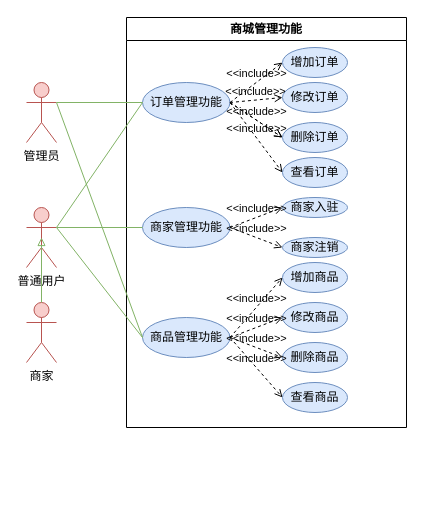
The draw.io diagram 海洋生物百科/用例图/商城管理功能.drawio in Running-Turtle1/Graph, before the edit. Source tidied: cells renumbered, new cells numbered last; positions are measured from the earlier drawing's top-left corner, leaving out a move shared by most shapes. Both pictures are drawn from the tidied source at 100%, with x=0, y=0 at pixel (26, 17).
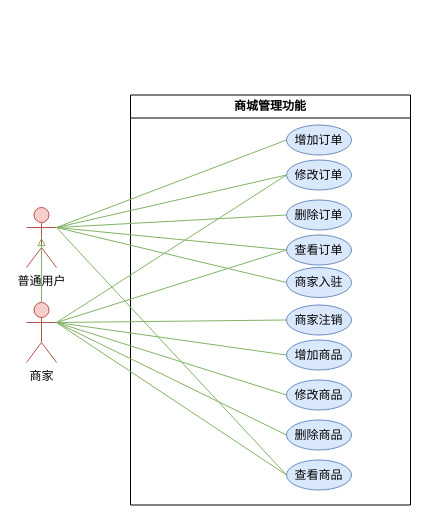
The same page after the edit.

Commit message:
更新商城管理功能.drawio

The change refers to these unchanged cells:
```xml
<mxCell id="5" value="增加订单" style="ellipse;whiteSpace=wrap;html=1;fillColor=#dae8fc;strokeColor=#6c8ebf;" parent="2" vertex="1">
  <mxGeometry x="156" y="30" width="65" height="30" as="geometry" />
</mxCell>
<mxCell id="6" value="修改订单" style="ellipse;whiteSpace=wrap;html=1;fillColor=#dae8fc;strokeColor=#6c8ebf;" parent="2" vertex="1">
  <mxGeometry x="156" y="65" width="65" height="30" as="geometry" />
</mxCell>
<mxCell id="10" value="查看订单" style="ellipse;whiteSpace=wrap;html=1;fillColor=#dae8fc;strokeColor=#6c8ebf;" parent="2" vertex="1">
  <mxGeometry x="156" y="140" width="65" height="30" as="geometry" />
</mxCell>
<mxCell id="13" value="增加商品" style="ellipse;whiteSpace=wrap;html=1;fillColor=#dae8fc;strokeColor=#6c8ebf;" parent="2" vertex="1">
  <mxGeometry x="156" y="245" width="65" height="30" as="geometry" />
</mxCell>
<mxCell id="14" value="修改商品" style="ellipse;whiteSpace=wrap;html=1;fillColor=#dae8fc;strokeColor=#6c8ebf;" parent="2" vertex="1">
  <mxGeometry x="156" y="285" width="65" height="30" as="geometry" />
</mxCell>
<mxCell id="15" value="删除商品" style="ellipse;whiteSpace=wrap;html=1;fillColor=#dae8fc;strokeColor=#6c8ebf;" parent="2" vertex="1">
  <mxGeometry x="156" y="325" width="65" height="30" as="geometry" />
</mxCell>
<mxCell id="16" value="查看商品" style="ellipse;whiteSpace=wrap;html=1;fillColor=#dae8fc;strokeColor=#6c8ebf;" parent="2" vertex="1">
  <mxGeometry x="156" y="365" width="65" height="30" as="geometry" />
</mxCell>
<mxCell id="22" value="删除订单" style="ellipse;whiteSpace=wrap;html=1;fillColor=#dae8fc;strokeColor=#6c8ebf;" parent="2" vertex="1">
  <mxGeometry x="156" y="105" width="65" height="30" as="geometry" />
</mxCell>
<mxCell id="27" value="普通用户" style="shape=umlActor;verticalLabelPosition=bottom;verticalAlign=top;html=1;fillColor=#f8cecc;strokeColor=#b85450;" parent="1" vertex="1">
  <mxGeometry y="190" width="30" height="60" as="geometry" />
</mxCell>
<mxCell id="28" value="商家" style="shape=umlActor;verticalLabelPosition=bottom;verticalAlign=top;html=1;fillColor=#f8cecc;strokeColor=#b85450;" parent="1" vertex="1">
  <mxGeometry y="285" width="30" height="60" as="geometry" />
</mxCell>
```

Diff of the diagram source:
```diff
@@
     <mxCell id="2" value="商城管理功能" style="swimlane;whiteSpace=wrap;html=1;" parent="1" vertex="1">
-      <mxGeometry x="100" width="280" height="410" as="geometry" />
+      <mxGeometry x="104" y="77.5" width="280" height="410" as="geometry" />
     </mxCell>
-    <mxCell id="3" value="订单管理功能" style="ellipse;whiteSpace=wrap;html=1;fillColor=#dae8fc;strokeColor=#6c8ebf;" parent="2" vertex="1">
-      <mxGeometry x="16" y="65" width="87.5" height="40" as="geometry" />
-    </mxCell>
-    <mxCell id="4" value="商家管理功能" style="ellipse;whiteSpace=wrap;html=1;fillColor=#dae8fc;strokeColor=#6c8ebf;" parent="2" vertex="1">
-      <mxGeometry x="16" y="190" width="87.5" height="40" as="geometry" />
-    </mxCell>
@@
-    <mxCell id="7" value="&amp;lt;&amp;lt;include&amp;gt;&amp;gt;" style="html=1;verticalAlign=bottom;labelBackgroundColor=none;endArrow=open;endFill=0;dashed=1;rounded=0;exitX=1;exitY=0.5;exitDx=0;exitDy=0;entryX=0;entryY=0.5;entryDx=0;entryDy=0;" parent="2" edge="1" source="3" target="5">
-      <mxGeometry relative="1" as="geometry" />
-    </mxCell>
-    <mxCell id="8" value="&amp;lt;&amp;lt;include&amp;gt;&amp;gt;" style="html=1;verticalAlign=bottom;labelBackgroundColor=none;endArrow=open;endFill=0;dashed=1;rounded=0;entryX=0;entryY=0.5;entryDx=0;entryDy=0;exitX=1;exitY=0.5;exitDx=0;exitDy=0;" parent="2" edge="1" source="3" target="6">
-      <mxGeometry relative="1" as="geometry" />
-    </mxCell>
-    <mxCell id="9" value="&amp;lt;&amp;lt;include&amp;gt;&amp;gt;" style="html=1;verticalAlign=bottom;labelBackgroundColor=none;endArrow=open;endFill=0;dashed=1;rounded=0;exitX=1;exitY=0.5;exitDx=0;exitDy=0;entryX=0;entryY=0.5;entryDx=0;entryDy=0;" parent="2" edge="1" source="3" target="22">
-      <mxGeometry relative="1" as="geometry" />
-    </mxCell>
@@
-    <mxCell id="11" value="&amp;lt;&amp;lt;include&amp;gt;&amp;gt;" style="html=1;verticalAlign=bottom;labelBackgroundColor=none;endArrow=open;endFill=0;dashed=1;rounded=0;exitX=1;exitY=0.5;exitDx=0;exitDy=0;entryX=0;entryY=0.5;entryDx=0;entryDy=0;" parent="2" edge="1" source="3" target="10">
-      <mxGeometry relative="1" as="geometry" />
-    </mxCell>
-    <mxCell id="12" value="商品管理功能" style="ellipse;whiteSpace=wrap;html=1;fillColor=#dae8fc;strokeColor=#6c8ebf;" parent="2" vertex="1">
-      <mxGeometry x="16" y="300" width="87.5" height="40" as="geometry" />
-    </mxCell>
@@
-    <mxCell id="17" value="&amp;lt;&amp;lt;include&amp;gt;&amp;gt;" style="html=1;verticalAlign=bottom;labelBackgroundColor=none;endArrow=open;endFill=0;dashed=1;rounded=0;exitX=1;exitY=0.5;exitDx=0;exitDy=0;entryX=0;entryY=0.5;entryDx=0;entryDy=0;" parent="2" edge="1" source="12" target="13">
-      <mxGeometry relative="1" as="geometry" />
-    </mxCell>
-    <mxCell id="18" value="&amp;lt;&amp;lt;include&amp;gt;&amp;gt;" style="html=1;verticalAlign=bottom;labelBackgroundColor=none;endArrow=open;endFill=0;dashed=1;rounded=0;entryX=0;entryY=0.5;entryDx=0;entryDy=0;exitX=1;exitY=0.5;exitDx=0;exitDy=0;" parent="2" edge="1" source="12" target="14">
-      <mxGeometry relative="1" as="geometry" />
-    </mxCell>
-    <mxCell id="19" value="&amp;lt;&amp;lt;include&amp;gt;&amp;gt;" style="html=1;verticalAlign=bottom;labelBackgroundColor=none;endArrow=open;endFill=0;dashed=1;rounded=0;entryX=0;entryY=0.5;entryDx=0;entryDy=0;exitX=1;exitY=0.5;exitDx=0;exitDy=0;" parent="2" edge="1" source="12" target="15">
-      <mxGeometry relative="1" as="geometry" />
-    </mxCell>
-    <mxCell id="20" value="&amp;lt;&amp;lt;include&amp;gt;&amp;gt;" style="html=1;verticalAlign=bottom;labelBackgroundColor=none;endArrow=open;endFill=0;dashed=1;rounded=0;entryX=0;entryY=0.5;entryDx=0;entryDy=0;exitX=1;exitY=0.5;exitDx=0;exitDy=0;" parent="2" edge="1" source="12" target="16">
-      <mxGeometry relative="1" as="geometry" />
-    </mxCell>
-    <mxCell id="21" style="html=1;verticalAlign=bottom;labelBackgroundColor=none;endArrow=open;endFill=0;dashed=1;rounded=0;exitX=1;exitY=0.5;exitDx=0;exitDy=0;entryX=0;entryY=0.5;entryDx=0;entryDy=0;" parent="2" edge="1" source="3" target="22">
-      <mxGeometry relative="1" as="geometry" />
-    </mxCell>
@@
     <mxCell id="23" value="商家入驻" style="ellipse;whiteSpace=wrap;html=1;fillColor=#dae8fc;strokeColor=#6c8ebf;" parent="2" vertex="1">
-      <mxGeometry x="156" y="180" width="65" height="20" as="geometry" />
+      <mxGeometry x="156" y="172.5" width="65" height="30" as="geometry" />
     </mxCell>
-    <mxCell id="24" value="&amp;lt;&amp;lt;include&amp;gt;&amp;gt;" style="html=1;verticalAlign=bottom;labelBackgroundColor=none;endArrow=open;endFill=0;dashed=1;rounded=0;exitX=1;exitY=0.5;exitDx=0;exitDy=0;entryX=0;entryY=0.5;entryDx=0;entryDy=0;" parent="2" edge="1" source="4" target="23">
-      <mxGeometry relative="1" as="geometry" />
-    </mxCell>
     <mxCell id="25" value="商家注销" style="ellipse;whiteSpace=wrap;html=1;fillColor=#dae8fc;strokeColor=#6c8ebf;" parent="2" vertex="1">
-      <mxGeometry x="156" y="220" width="65" height="20" as="geometry" />
+      <mxGeometry x="156" y="210" width="65" height="30" as="geometry" />
     </mxCell>
-    <mxCell id="26" value="&amp;lt;&amp;lt;include&amp;gt;&amp;gt;" style="html=1;verticalAlign=bottom;labelBackgroundColor=none;endArrow=open;endFill=0;dashed=1;rounded=0;exitX=1;exitY=0.5;exitDx=0;exitDy=0;entryX=0;entryY=0.5;entryDx=0;entryDy=0;" parent="2" edge="1" source="4" target="25">
-      <mxGeometry relative="1" as="geometry" />
-    </mxCell>
@@
-    <mxCell id="29" value="管理员" style="shape=umlActor;verticalLabelPosition=bottom;verticalAlign=top;html=1;fillColor=#f8cecc;strokeColor=#b85450;" parent="1" vertex="1">
-      <mxGeometry y="65" width="30" height="60" as="geometry" />
-    </mxCell>
@@
-    <mxCell id="31" style="endArrow=none;html=1;rounded=0;fillColor=#d5e8d4;strokeColor=#82b366;entryX=1;entryY=0.3333333333333333;entryDx=0;entryDy=0;entryPerimeter=0;exitX=0;exitY=0.5;exitDx=0;exitDy=0;" parent="1" edge="1" source="4" target="27">
-      <mxGeometry relative="1" as="geometry" />
-    </mxCell>
-    <mxCell id="32" style="endArrow=none;html=1;rounded=0;fillColor=#d5e8d4;strokeColor=#82b366;entryX=1;entryY=0.3333333333333333;entryDx=0;entryDy=0;entryPerimeter=0;exitX=0;exitY=0.5;exitDx=0;exitDy=0;" parent="1" edge="1" source="3" target="29">
-      <mxGeometry relative="1" as="geometry" />
-    </mxCell>
-    <mxCell id="33" style="endArrow=none;html=1;rounded=0;fillColor=#d5e8d4;strokeColor=#82b366;entryX=0;entryY=0.5;entryDx=0;entryDy=0;exitX=1;exitY=0.3333333333333333;exitDx=0;exitDy=0;exitPerimeter=0;" parent="1" edge="1" source="27" target="3">
-      <mxGeometry relative="1" as="geometry" />
-    </mxCell>
-    <mxCell id="34" style="endArrow=none;html=1;rounded=0;fillColor=#d5e8d4;strokeColor=#82b366;exitX=0;exitY=0.5;exitDx=0;exitDy=0;entryX=1;entryY=0.3333333333333333;entryDx=0;entryDy=0;entryPerimeter=0;" parent="1" edge="1" source="12" target="29">
-      <mxGeometry relative="1" as="geometry" />
-    </mxCell>
-    <mxCell id="35" style="endArrow=none;html=1;rounded=0;fillColor=#d5e8d4;strokeColor=#82b366;exitX=0;exitY=0.5;exitDx=0;exitDy=0;entryX=1;entryY=0.3333333333333333;entryDx=0;entryDy=0;entryPerimeter=0;" parent="1" edge="1" source="12" target="27">
-      <mxGeometry relative="1" as="geometry" />
-    </mxCell>
+    <mxCell id="36" style="endArrow=none;html=1;rounded=0;fillColor=#d5e8d4;strokeColor=#82b366;entryX=1;entryY=0.3333333333333333;entryDx=0;entryDy=0;entryPerimeter=0;exitX=0;exitY=0.5;exitDx=0;exitDy=0;" parent="1" edge="1" source="22" target="27">
+      <mxGeometry relative="1" as="geometry" />
+    </mxCell>
+    <mxCell id="37" style="endArrow=none;html=1;rounded=0;fillColor=#d5e8d4;strokeColor=#82b366;entryX=1;entryY=0.3333333333333333;entryDx=0;entryDy=0;entryPerimeter=0;exitX=0;exitY=0.5;exitDx=0;exitDy=0;" parent="1" edge="1" source="10" target="27">
+      <mxGeometry relative="1" as="geometry" />
+    </mxCell>
+    <mxCell id="38" style="endArrow=none;html=1;rounded=0;fillColor=#d5e8d4;strokeColor=#82b366;entryX=1;entryY=0.3333333333333333;entryDx=0;entryDy=0;entryPerimeter=0;exitX=0;exitY=0.5;exitDx=0;exitDy=0;" parent="1" edge="1" source="23" target="27">
+      <mxGeometry relative="1" as="geometry" />
+    </mxCell>
+    <mxCell id="39" style="endArrow=none;html=1;rounded=0;fillColor=#d5e8d4;strokeColor=#82b366;entryX=1;entryY=0.3333333333333333;entryDx=0;entryDy=0;entryPerimeter=0;exitX=0;exitY=0.5;exitDx=0;exitDy=0;" parent="1" edge="1" source="25" target="28">
+      <mxGeometry relative="1" as="geometry" />
+    </mxCell>
+    <mxCell id="40" style="endArrow=none;html=1;rounded=0;fillColor=#d5e8d4;strokeColor=#82b366;entryX=1;entryY=0.3333333333333333;entryDx=0;entryDy=0;entryPerimeter=0;exitX=0;exitY=0.5;exitDx=0;exitDy=0;" parent="1" edge="1" source="10" target="28">
+      <mxGeometry relative="1" as="geometry" />
+    </mxCell>
+    <mxCell id="41" style="endArrow=none;html=1;rounded=0;fillColor=#d5e8d4;strokeColor=#82b366;entryX=1;entryY=0.3333333333333333;entryDx=0;entryDy=0;entryPerimeter=0;exitX=0;exitY=0.5;exitDx=0;exitDy=0;" parent="1" edge="1" source="5" target="27">
+      <mxGeometry relative="1" as="geometry" />
+    </mxCell>
+    <mxCell id="42" style="endArrow=none;html=1;rounded=0;fillColor=#d5e8d4;strokeColor=#82b366;entryX=1;entryY=0.3333333333333333;entryDx=0;entryDy=0;entryPerimeter=0;exitX=0;exitY=0.5;exitDx=0;exitDy=0;" parent="1" edge="1" source="6" target="27">
+      <mxGeometry relative="1" as="geometry" />
+    </mxCell>
+    <mxCell id="43" style="endArrow=none;html=1;rounded=0;fillColor=#d5e8d4;strokeColor=#82b366;entryX=1;entryY=0.3333333333333333;entryDx=0;entryDy=0;entryPerimeter=0;exitX=0;exitY=0.5;exitDx=0;exitDy=0;" parent="1" edge="1" source="13" target="28">
+      <mxGeometry relative="1" as="geometry" />
+    </mxCell>
+    <mxCell id="44" style="endArrow=none;html=1;rounded=0;fillColor=#d5e8d4;strokeColor=#82b366;entryX=1;entryY=0.3333333333333333;entryDx=0;entryDy=0;entryPerimeter=0;exitX=0;exitY=0.5;exitDx=0;exitDy=0;" parent="1" edge="1" source="14" target="28">
+      <mxGeometry relative="1" as="geometry" />
+    </mxCell>
+    <mxCell id="45" style="endArrow=none;html=1;rounded=0;fillColor=#d5e8d4;strokeColor=#82b366;entryX=1;entryY=0.3333333333333333;entryDx=0;entryDy=0;entryPerimeter=0;exitX=0;exitY=0.5;exitDx=0;exitDy=0;" parent="1" edge="1" source="15" target="28">
+      <mxGeometry relative="1" as="geometry" />
+    </mxCell>
+    <mxCell id="46" style="endArrow=none;html=1;rounded=0;fillColor=#d5e8d4;strokeColor=#82b366;entryX=1;entryY=0.3333333333333333;entryDx=0;entryDy=0;entryPerimeter=0;exitX=0;exitY=0.5;exitDx=0;exitDy=0;" parent="1" edge="1" source="6" target="28">
+      <mxGeometry relative="1" as="geometry" />
+    </mxCell>
+    <mxCell id="47" style="endArrow=none;html=1;rounded=0;fillColor=#d5e8d4;strokeColor=#82b366;entryX=1;entryY=0.3333333333333333;entryDx=0;entryDy=0;entryPerimeter=0;exitX=0;exitY=0.5;exitDx=0;exitDy=0;" parent="1" edge="1" source="16" target="28">
+      <mxGeometry relative="1" as="geometry" />
+    </mxCell>
+    <mxCell id="48" style="endArrow=none;html=1;rounded=0;fillColor=#d5e8d4;strokeColor=#82b366;entryX=1;entryY=0.3333333333333333;entryDx=0;entryDy=0;entryPerimeter=0;exitX=0;exitY=0.5;exitDx=0;exitDy=0;" parent="1" edge="1" source="16" target="27">
+      <mxGeometry relative="1" as="geometry" />
+    </mxCell>
```
